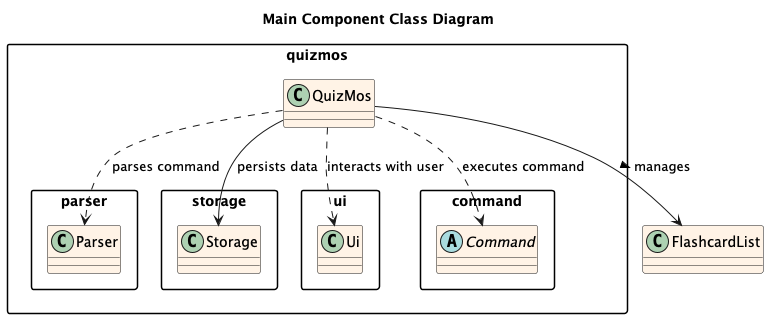
This is docs/images/MainComponent_ClassDiagram.png from ashutoshalung/tp, a PlantUML export, as it was before one commit.
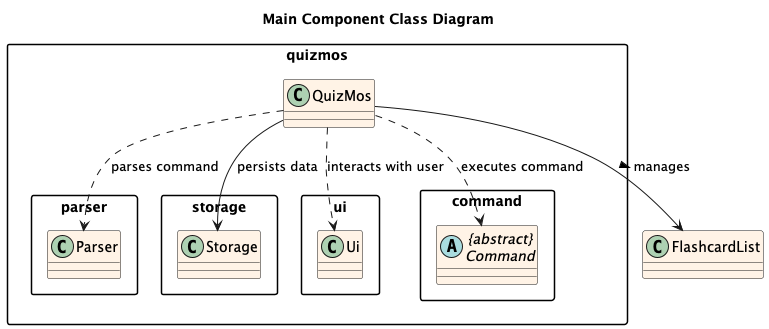
The same diagram one commit later.

Commit message:
Change astract class in class diagram

What changed in the source:
```diff
@@ -24,7 +24,7 @@
 }
 
 package "quizmos.command" {
-    abstract class Command
+    abstract class "{abstract}\nCommand" as Command
 }
 
 QuizMos --> FlashcardList : manages >
```
